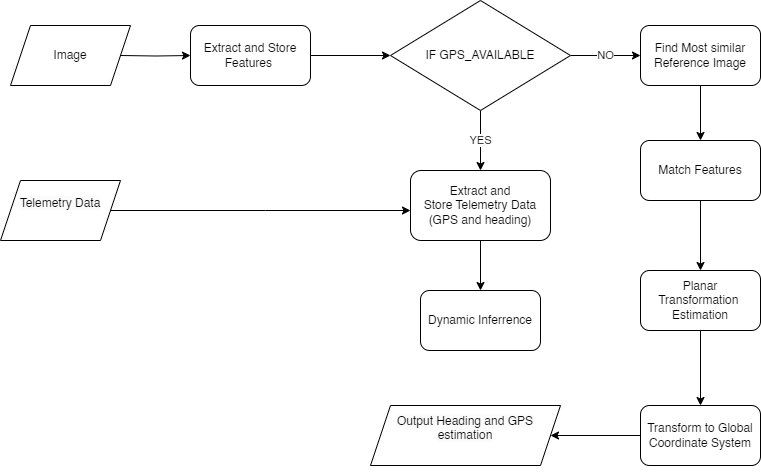
Earlier version of the draw.io export REPORT/stellenbosch_ee_report_template-master/Chapter 3/Chap3Figs/HighLevelFlow.png (Samshabz/Skripsie). Source tidied: cells renumbered, new cells last; positions are measured from the earlier drawing's top-left corner, leaving out a move shared by most shapes. Source of this version:
```xml
<mxGraphModel>
  <root>
    <mxCell id="0" />
    <mxCell id="1" parent="0" />
    <mxCell id="2" style="edgeStyle=orthogonalEdgeStyle;rounded=0;jettySize=auto;html=1;" parent="1" edge="1" target="4">
      <mxGeometry relative="1" as="geometry">
        <mxPoint x="120" y="55" as="sourcePoint" />
      </mxGeometry>
    </mxCell>
    <mxCell id="3" style="edgeStyle=orthogonalEdgeStyle;rounded=0;jettySize=auto;html=1;" parent="1" edge="1" source="4" target="16">
      <mxGeometry relative="1" as="geometry" />
    </mxCell>
    <mxCell id="4" value="Extract and Store Features&amp;nbsp;" style="rounded=1;whiteSpace=wrap;html=1;" parent="1" vertex="1">
      <mxGeometry x="190" y="25" width="120" height="60" as="geometry" />
    </mxCell>
    <mxCell id="5" style="edgeStyle=orthogonalEdgeStyle;rounded=0;jettySize=auto;html=1;" parent="1" edge="1" source="6" target="8">
      <mxGeometry relative="1" as="geometry" />
    </mxCell>
    <mxCell id="6" value="Find Most similar Reference Image" style="rounded=1;whiteSpace=wrap;html=1;" parent="1" vertex="1">
      <mxGeometry x="640" y="25" width="120" height="60" as="geometry" />
    </mxCell>
    <mxCell id="7" style="edgeStyle=orthogonalEdgeStyle;rounded=0;jettySize=auto;html=1;" parent="1" edge="1" source="8" target="10">
      <mxGeometry relative="1" as="geometry" />
    </mxCell>
    <mxCell id="8" value="Match Features" style="rounded=1;whiteSpace=wrap;html=1;" parent="1" vertex="1">
      <mxGeometry x="640" y="140" width="120" height="60" as="geometry" />
    </mxCell>
    <mxCell id="9" style="edgeStyle=orthogonalEdgeStyle;rounded=0;jettySize=auto;html=1;" parent="1" edge="1" source="10" target="12">
      <mxGeometry relative="1" as="geometry" />
    </mxCell>
    <mxCell id="10" value="Planar Transformation&amp;nbsp;&lt;div&gt;Estimation&lt;/div&gt;" style="rounded=1;whiteSpace=wrap;html=1;" parent="1" vertex="1">
      <mxGeometry x="640" y="270" width="120" height="60" as="geometry" />
    </mxCell>
    <mxCell id="11" style="edgeStyle=orthogonalEdgeStyle;rounded=0;jettySize=auto;html=1;" parent="1" edge="1" source="12" target="19">
      <mxGeometry relative="1" as="geometry" />
    </mxCell>
    <mxCell id="12" value="Transform to Global Coordinate System" style="rounded=1;whiteSpace=wrap;html=1;" parent="1" vertex="1">
      <mxGeometry x="640" y="405" width="120" height="60" as="geometry" />
    </mxCell>
    <mxCell id="13" value="Image" style="shape=parallelogram;perimeter=parallelogramPerimeter;whiteSpace=wrap;html=1;fixedSize=1;" parent="1" vertex="1">
      <mxGeometry x="10" y="25" width="120" height="60" as="geometry" />
    </mxCell>
    <mxCell id="14" value="NO" style="edgeStyle=orthogonalEdgeStyle;rounded=0;jettySize=auto;html=1;" parent="1" edge="1" source="16" target="6">
      <mxGeometry relative="1" as="geometry" />
    </mxCell>
    <mxCell id="15" value="YES" style="edgeStyle=orthogonalEdgeStyle;rounded=0;jettySize=auto;html=1;" parent="1" edge="1" source="16" target="22">
      <mxGeometry relative="1" as="geometry" />
    </mxCell>
    <mxCell id="16" value="IF GPS_AVAILABLE" style="rhombus;whiteSpace=wrap;html=1;" parent="1" vertex="1">
      <mxGeometry x="390" width="180" height="110" as="geometry" />
    </mxCell>
    <mxCell id="17" style="edgeStyle=orthogonalEdgeStyle;rounded=0;jettySize=auto;html=1;" parent="1" edge="1" source="18">
      <mxGeometry relative="1" as="geometry">
        <mxPoint x="410" y="210" as="targetPoint" />
      </mxGeometry>
    </mxCell>
    <mxCell id="18" value="&#10;&lt;span style=&quot;color: rgb(0, 0, 0); font-family: Helvetica; font-size: 12px; font-style: normal; font-variant-ligatures: normal; font-variant-caps: normal; font-weight: 400; letter-spacing: normal; orphans: 2; text-align: center; text-indent: 0px; text-transform: none; widows: 2; word-spacing: 0px; -webkit-text-stroke-width: 0px; white-space: normal; background-color: rgb(251, 251, 251); text-decoration-thickness: initial; text-decoration-style: initial; text-decoration-color: initial; display: inline !important; float: none;&quot;&gt;Telemetry Data&lt;/span&gt;&#10;&#10;" style="shape=parallelogram;perimeter=parallelogramPerimeter;whiteSpace=wrap;html=1;fixedSize=1;" parent="1" vertex="1">
      <mxGeometry y="180" width="120" height="60" as="geometry" />
    </mxCell>
    <mxCell id="19" value="&#10;&lt;span style=&quot;color: rgb(0, 0, 0); font-family: Helvetica; font-size: 12px; font-style: normal; font-variant-ligatures: normal; font-variant-caps: normal; font-weight: 400; letter-spacing: normal; orphans: 2; text-align: center; text-indent: 0px; text-transform: none; widows: 2; word-spacing: 0px; -webkit-text-stroke-width: 0px; white-space: normal; background-color: rgb(251, 251, 251); text-decoration-thickness: initial; text-decoration-style: initial; text-decoration-color: initial; display: inline !important; float: none;&quot;&gt;Output Heading and GPS estimation&lt;/span&gt;&#10;&#10;" style="shape=parallelogram;perimeter=parallelogramPerimeter;whiteSpace=wrap;html=1;fixedSize=1;" parent="1" vertex="1">
      <mxGeometry x="370" y="405" width="190" height="60" as="geometry" />
    </mxCell>
    <mxCell id="20" value="Dynamic Inferrence" style="rounded=1;whiteSpace=wrap;html=1;" parent="1" vertex="1">
      <mxGeometry x="420" y="290" width="120" height="60" as="geometry" />
    </mxCell>
    <mxCell id="21" style="edgeStyle=orthogonalEdgeStyle;rounded=0;jettySize=auto;html=1;entryX=0.5;entryY=0;entryDx=0;entryDy=0;" parent="1" edge="1" source="22" target="20">
      <mxGeometry relative="1" as="geometry" />
    </mxCell>
    <mxCell id="22" value="Extract and&lt;br&gt;Store Telemetry Data&lt;div&gt;(GPS and heading)&lt;/div&gt;" style="rounded=1;whiteSpace=wrap;html=1;" parent="1" vertex="1">
      <mxGeometry x="410" y="170" width="140" height="70" as="geometry" />
    </mxCell>
  </root>
</mxGraphModel>
```
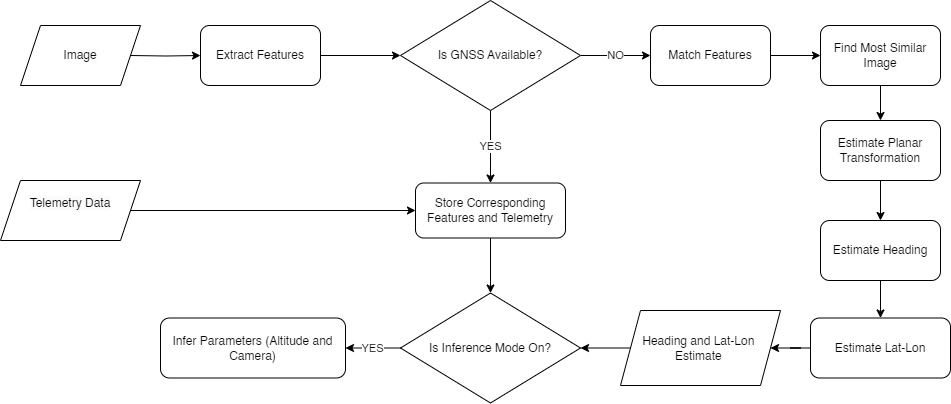
Later version of the same file.

The edit, as a diff of the source:
```diff
@@ -10,64 +10,77 @@
     <mxCell id="3" style="edgeStyle=orthogonalEdgeStyle;rounded=0;jettySize=auto;html=1;" parent="1" edge="1" source="4" target="16">
       <mxGeometry relative="1" as="geometry" />
     </mxCell>
-    <mxCell id="4" value="Extract and Store Features&amp;nbsp;" style="rounded=1;whiteSpace=wrap;html=1;" parent="1" vertex="1">
+    <mxCell id="4" value="Extract Features" style="rounded=1;whiteSpace=wrap;html=1;" parent="1" vertex="1">
       <mxGeometry x="190" y="25" width="120" height="60" as="geometry" />
     </mxCell>
-    <mxCell id="5" style="edgeStyle=orthogonalEdgeStyle;rounded=0;jettySize=auto;html=1;" parent="1" edge="1" source="6" target="8">
-      <mxGeometry relative="1" as="geometry" />
-    </mxCell>
+    <mxCell id="23" style="edgeStyle=orthogonalEdgeStyle;rounded=0;jettySize=auto;html=1;" parent="1" edge="1" source="6" target="10">
+      <mxGeometry relative="1" as="geometry" />
+    </mxCell>
-    <mxCell id="6" value="Find Most similar Reference Image" style="rounded=1;whiteSpace=wrap;html=1;" parent="1" vertex="1">
-      <mxGeometry x="640" y="25" width="120" height="60" as="geometry" />
+    <mxCell id="6" value="Find Most Similar Image" style="rounded=1;whiteSpace=wrap;html=1;" parent="1" vertex="1">
+      <mxGeometry x="810" y="25" width="120" height="60" as="geometry" />
     </mxCell>
-    <mxCell id="7" style="edgeStyle=orthogonalEdgeStyle;rounded=0;jettySize=auto;html=1;" parent="1" edge="1" source="8" target="10">
-      <mxGeometry relative="1" as="geometry" />
-    </mxCell>
+    <mxCell id="24" style="edgeStyle=orthogonalEdgeStyle;rounded=0;jettySize=auto;html=1;" parent="1" edge="1" source="8" target="6">
+      <mxGeometry relative="1" as="geometry" />
+    </mxCell>
     <mxCell id="8" value="Match Features" style="rounded=1;whiteSpace=wrap;html=1;" parent="1" vertex="1">
-      <mxGeometry x="640" y="140" width="120" height="60" as="geometry" />
+      <mxGeometry x="640" y="25" width="120" height="60" as="geometry" />
     </mxCell>
-    <mxCell id="9" style="edgeStyle=orthogonalEdgeStyle;rounded=0;jettySize=auto;html=1;" parent="1" edge="1" source="10" target="12">
-      <mxGeometry relative="1" as="geometry" />
-    </mxCell>
+    <mxCell id="25" style="edgeStyle=orthogonalEdgeStyle;rounded=0;jettySize=auto;html=1;" parent="1" edge="1" source="10" target="32">
+      <mxGeometry relative="1" as="geometry" />
+    </mxCell>
-    <mxCell id="10" value="Planar Transformation&amp;nbsp;&lt;div&gt;Estimation&lt;/div&gt;" style="rounded=1;whiteSpace=wrap;html=1;" parent="1" vertex="1">
-      <mxGeometry x="640" y="270" width="120" height="60" as="geometry" />
+    <mxCell id="10" value="Estimate Planar Transformation" style="rounded=1;whiteSpace=wrap;html=1;" parent="1" vertex="1">
+      <mxGeometry x="810" y="120" width="120" height="60" as="geometry" />
     </mxCell>
     <mxCell id="11" style="edgeStyle=orthogonalEdgeStyle;rounded=0;jettySize=auto;html=1;" parent="1" edge="1" source="12" target="19">
       <mxGeometry relative="1" as="geometry" />
     </mxCell>
-    <mxCell id="12" value="Transform to Global Coordinate System" style="rounded=1;whiteSpace=wrap;html=1;" parent="1" vertex="1">
-      <mxGeometry x="640" y="405" width="120" height="60" as="geometry" />
+    <mxCell id="12" value="Estimate Lat-Lon" style="rounded=1;whiteSpace=wrap;html=1;" parent="1" vertex="1">
+      <mxGeometry x="800" y="317.5" width="140" height="60" as="geometry" />
     </mxCell>
     <mxCell id="13" value="Image" style="shape=parallelogram;perimeter=parallelogramPerimeter;whiteSpace=wrap;html=1;fixedSize=1;" parent="1" vertex="1">
       <mxGeometry x="10" y="25" width="120" height="60" as="geometry" />
     </mxCell>
+    <mxCell id="15" value="YES" style="edgeStyle=orthogonalEdgeStyle;rounded=0;jettySize=auto;html=1;" parent="1" edge="1" source="16" target="22">
+      <mxGeometry relative="1" as="geometry" />
+    </mxCell>
-    <mxCell id="14" value="NO" style="edgeStyle=orthogonalEdgeStyle;rounded=0;jettySize=auto;html=1;" parent="1" edge="1" source="16" target="6">
+    <mxCell id="14" value="NO" style="edgeStyle=orthogonalEdgeStyle;rounded=0;jettySize=auto;html=1;" parent="1" edge="1" source="16" target="8">
       <mxGeometry relative="1" as="geometry" />
     </mxCell>
-    <mxCell id="15" value="YES" style="edgeStyle=orthogonalEdgeStyle;rounded=0;jettySize=auto;html=1;" parent="1" edge="1" source="16" target="22">
-      <mxGeometry relative="1" as="geometry" />
-    </mxCell>
-    <mxCell id="16" value="IF GPS_AVAILABLE" style="rhombus;whiteSpace=wrap;html=1;" parent="1" vertex="1">
+    <mxCell id="16" value="Is GNSS Available?" style="rhombus;whiteSpace=wrap;html=1;" parent="1" vertex="1">
       <mxGeometry x="390" width="180" height="110" as="geometry" />
     </mxCell>
-    <mxCell id="17" style="edgeStyle=orthogonalEdgeStyle;rounded=0;jettySize=auto;html=1;" parent="1" edge="1" source="18">
-      <mxGeometry relative="1" as="geometry">
-        <mxPoint x="410" y="210" as="targetPoint" />
-      </mxGeometry>
-    </mxCell>
+    <mxCell id="26" style="edgeStyle=orthogonalEdgeStyle;rounded=0;jettySize=auto;html=1;" parent="1" edge="1" source="18" target="22">
+      <mxGeometry relative="1" as="geometry" />
+    </mxCell>
     <mxCell id="18" value="&#10;&lt;span style=&quot;color: rgb(0, 0, 0); font-family: Helvetica; font-size: 12px; font-style: normal; font-variant-ligatures: normal; font-variant-caps: normal; font-weight: 400; letter-spacing: normal; orphans: 2; text-align: center; text-indent: 0px; text-transform: none; widows: 2; word-spacing: 0px; -webkit-text-stroke-width: 0px; white-space: normal; background-color: rgb(251, 251, 251); text-decoration-thickness: initial; text-decoration-style: initial; text-decoration-color: initial; display: inline !important; float: none;&quot;&gt;Telemetry Data&lt;/span&gt;&#10;&#10;" style="shape=parallelogram;perimeter=parallelogramPerimeter;whiteSpace=wrap;html=1;fixedSize=1;" parent="1" vertex="1">
-      <mxGeometry y="180" width="120" height="60" as="geometry" />
+      <mxGeometry x="-10" y="180" width="140" height="60" as="geometry" />
     </mxCell>
+    <mxCell id="27" style="edgeStyle=orthogonalEdgeStyle;rounded=0;jettySize=auto;html=1;" parent="1" edge="1" source="19" target="30">
+      <mxGeometry relative="1" as="geometry" />
+    </mxCell>
-    <mxCell id="19" value="&#10;&lt;span style=&quot;color: rgb(0, 0, 0); font-family: Helvetica; font-size: 12px; font-style: normal; font-variant-ligatures: normal; font-variant-caps: normal; font-weight: 400; letter-spacing: normal; orphans: 2; text-align: center; text-indent: 0px; text-transform: none; widows: 2; word-spacing: 0px; -webkit-text-stroke-width: 0px; white-space: normal; background-color: rgb(251, 251, 251); text-decoration-thickness: initial; text-decoration-style: initial; text-decoration-color: initial; display: inline !important; float: none;&quot;&gt;Output Heading and GPS estimation&lt;/span&gt;&#10;&#10;" style="shape=parallelogram;perimeter=parallelogramPerimeter;whiteSpace=wrap;html=1;fixedSize=1;" parent="1" vertex="1">
-      <mxGeometry x="370" y="405" width="190" height="60" as="geometry" />
+    <mxCell id="19" value="Heading and Lat-Lon&amp;nbsp;&lt;div&gt;Estimate&amp;nbsp;&lt;/div&gt;" style="shape=parallelogram;perimeter=parallelogramPerimeter;whiteSpace=wrap;html=1;fixedSize=1;fillColor=#FFFFFF;" parent="1" vertex="1">
+      <mxGeometry x="610" y="310" width="160" height="75" as="geometry" />
     </mxCell>
-    <mxCell id="20" value="Dynamic Inferrence" style="rounded=1;whiteSpace=wrap;html=1;" parent="1" vertex="1">
-      <mxGeometry x="420" y="290" width="120" height="60" as="geometry" />
+    <mxCell id="20" value="Infer Parameters (Altitude and Camera)" style="rounded=1;whiteSpace=wrap;html=1;" parent="1" vertex="1">
+      <mxGeometry x="150" y="317.5" width="185" height="60" as="geometry" />
     </mxCell>
-    <mxCell id="21" style="edgeStyle=orthogonalEdgeStyle;rounded=0;jettySize=auto;html=1;entryX=0.5;entryY=0;entryDx=0;entryDy=0;" parent="1" edge="1" source="22" target="20">
-      <mxGeometry relative="1" as="geometry" />
-    </mxCell>
+    <mxCell id="28" style="edgeStyle=orthogonalEdgeStyle;rounded=0;jettySize=auto;html=1;" parent="1" edge="1" source="22" target="30">
+      <mxGeometry relative="1" as="geometry" />
+    </mxCell>
-    <mxCell id="22" value="Extract and&lt;br&gt;Store Telemetry Data&lt;div&gt;(GPS and heading)&lt;/div&gt;" style="rounded=1;whiteSpace=wrap;html=1;" parent="1" vertex="1">
-      <mxGeometry x="410" y="170" width="140" height="70" as="geometry" />
+    <mxCell id="22" value="Store Corresponding Features and Telemetry" style="rounded=1;whiteSpace=wrap;html=1;" parent="1" vertex="1">
+      <mxGeometry x="405" y="182.5" width="150" height="55" as="geometry" />
     </mxCell>
+    <mxCell id="29" value="YES" style="edgeStyle=orthogonalEdgeStyle;rounded=0;jettySize=auto;html=1;entryX=1;entryY=0.5;entryDx=0;entryDy=0;" parent="1" edge="1" source="30" target="20">
+      <mxGeometry relative="1" as="geometry" />
+    </mxCell>
+    <mxCell id="30" value="Is Inference Mode On?" style="rhombus;whiteSpace=wrap;html=1;" parent="1" vertex="1">
+      <mxGeometry x="390" y="292.5" width="180" height="110" as="geometry" />
+    </mxCell>
+    <mxCell id="31" style="edgeStyle=orthogonalEdgeStyle;rounded=0;jettySize=auto;html=1;" parent="1" edge="1" source="32" target="12">
+      <mxGeometry relative="1" as="geometry" />
+    </mxCell>
+    <mxCell id="32" value="Estimate Heading" style="rounded=1;whiteSpace=wrap;html=1;" parent="1" vertex="1">
+      <mxGeometry x="810" y="220" width="120" height="60" as="geometry" />
+    </mxCell>
   </root>
 </mxGraphModel>
```
